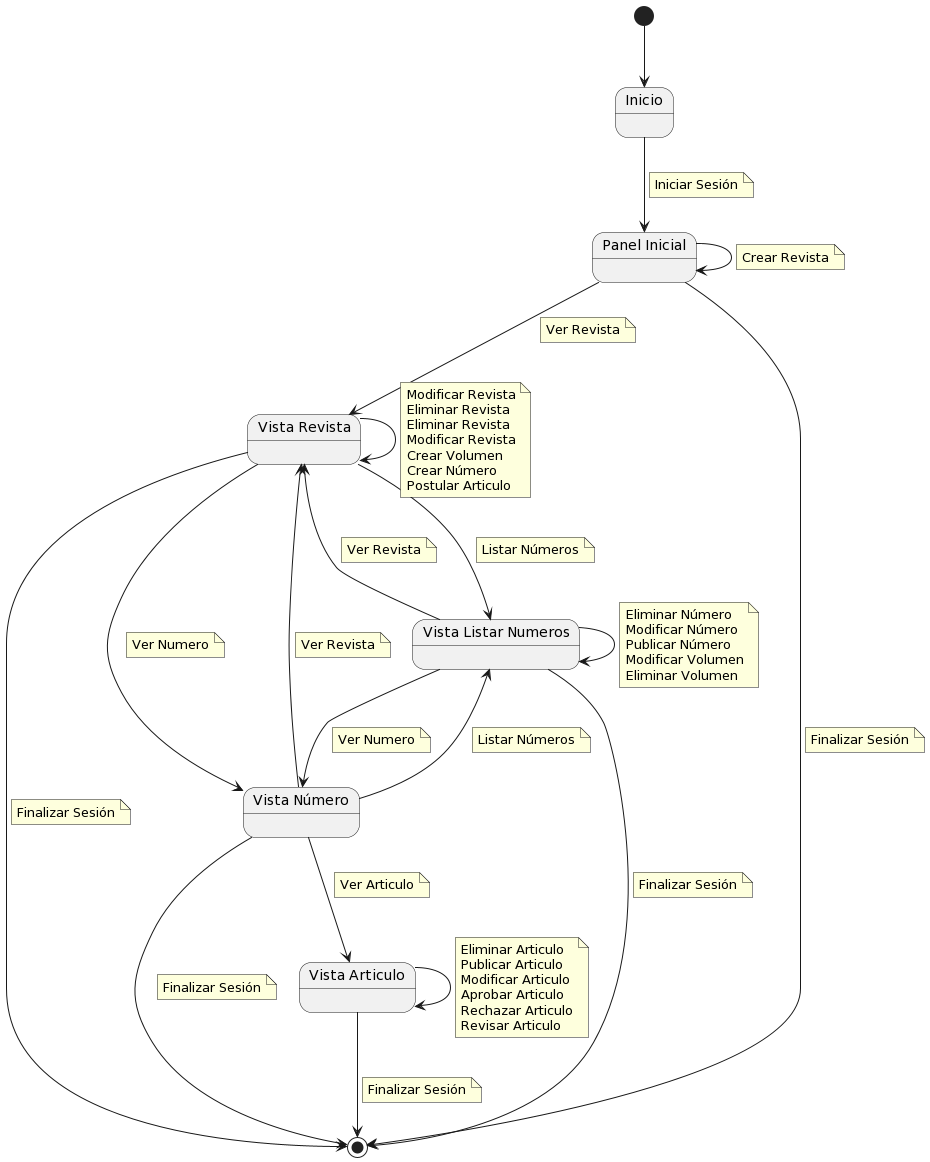
mmasias/IdSw1-22-23 keeps this PlantUML diagram as 000-entregas/Grupo4/ProyectoEditorial/CasosDeUso/EncontrarCasosDeUso/images/DiagramaDeContexto.png. Above is the earlier version.
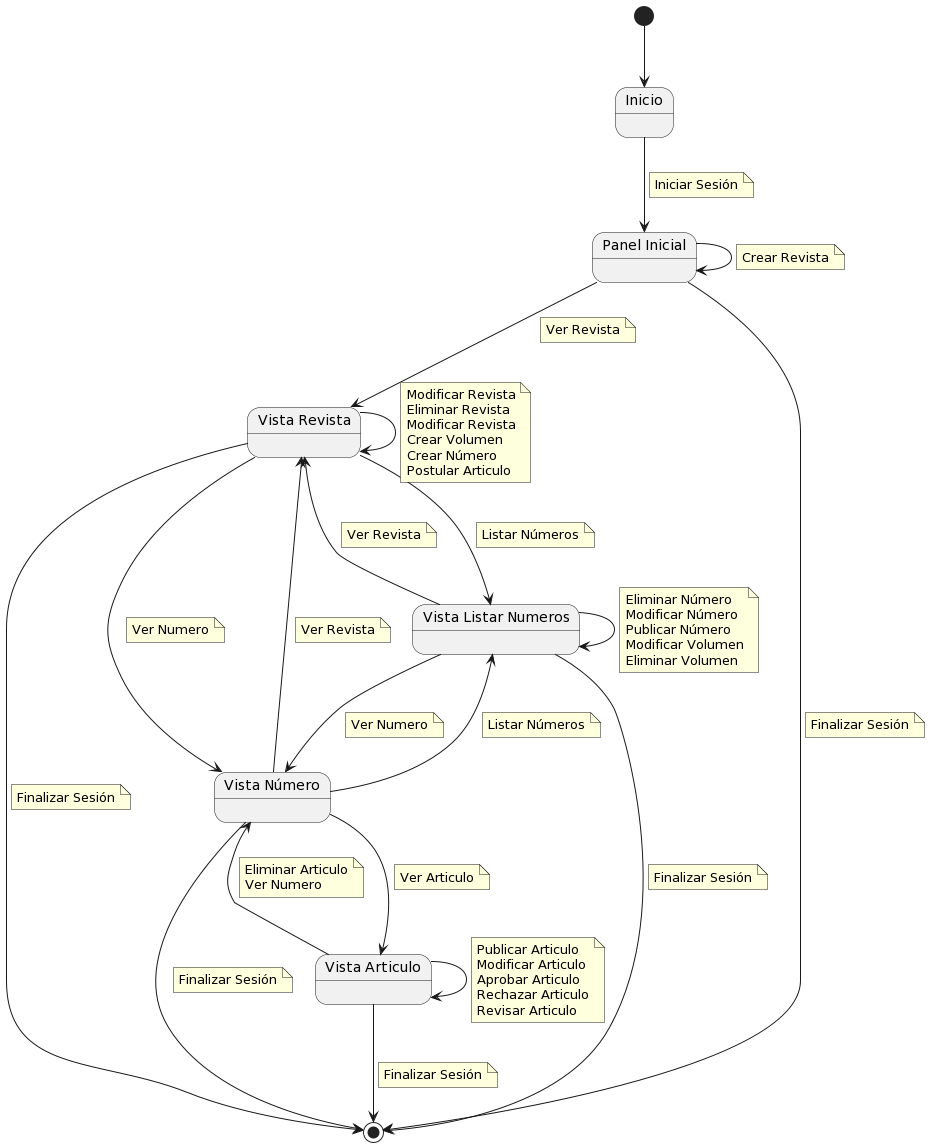
The same diagram one commit later.

Commit message:
Actualizado Diagrama De Contexto

Diff of the diagram source:
```diff
@@ -77,7 +77,6 @@
 note on link
     Modificar Revista
     Eliminar Revista
-    Eliminar Revista
     Modificar Revista
     Crear Volumen
     Crear Número
@@ -99,9 +98,14 @@
     Ver Articulo
 end note
 
+Articulo --> Articulos
+note on link
+    Eliminar Articulo
+    Ver Numero
+end note
+
 Articulo --> Articulo
 note on link
-    Eliminar Articulo
     Publicar Articulo
     Modificar Articulo
     Aprobar Articulo
```
